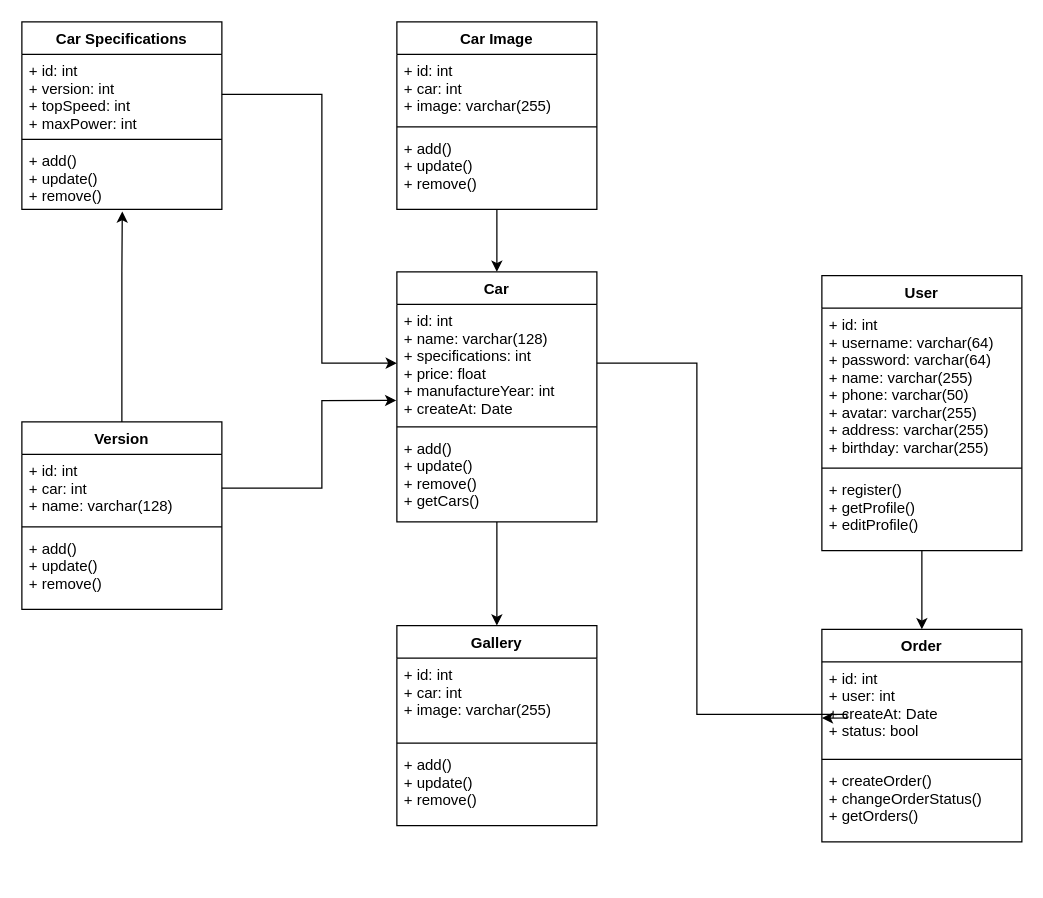
This is diagram.drawio from sweetloveinyourheart/car-automobile-shop, a draw.io file, before an edit. Source tidied: cells renumbered, new cells numbered last; positions are measured from the earlier drawing's top-left corner, leaving out a move shared by most shapes. Both pictures are drawn from the tidied source at 125%, with x=0, y=0 at pixel (21, 21).
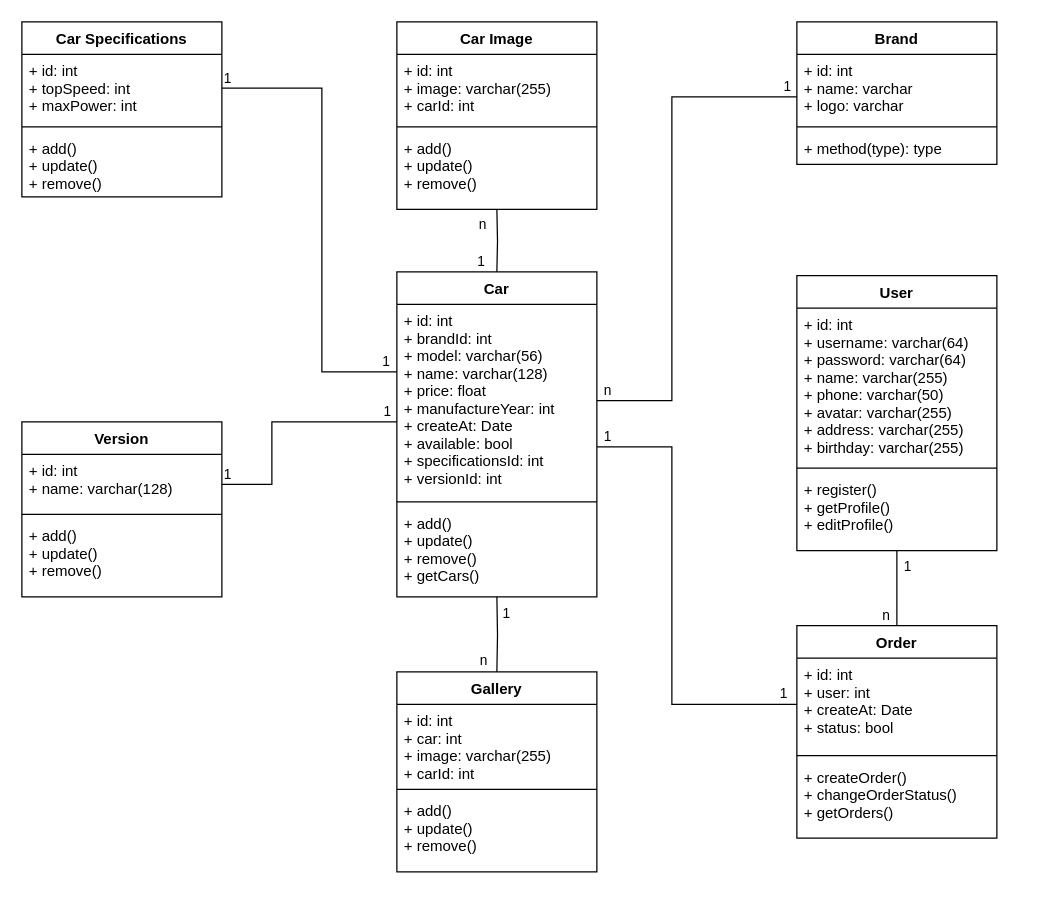
Above is the later version.

Commit message (it also covers changes not shown here):
switch transfer type GraphQL -> REST

Unchanged cells that the change refers to:
```xml
<mxCell id="12" value="Car Image" style="swimlane;fontStyle=1;align=center;verticalAlign=top;horizontal=1;startSize=26;" parent="1" vertex="1">
  <mxGeometry x="300" width="160" height="150" as="geometry" />
</mxCell>
<mxCell id="33" value="+ id: int&#10;+ user: int&#10;+ createAt: Date&#10;+ status: bool" style="text;strokeColor=none;fillColor=none;align=left;verticalAlign=top;spacingLeft=4;spacingRight=4;overflow=hidden;points=[[0,0.5],[1,0.5]];portConstraint=eastwest;" parent="32" vertex="1">
  <mxGeometry y="26" width="160" height="74" as="geometry" />
</mxCell>
```

Change to the diagram source:
```diff
@@
-    <mxCell id="2" style="edgeStyle=orthogonalEdgeStyle;rounded=0;jettySize=auto;html=1;entryX=0.5;entryY=0;entryDx=0;entryDy=0;" parent="1" edge="1" source="3" target="21">
-      <mxGeometry relative="1" as="geometry" />
-    </mxCell>
     <mxCell id="3" value="Car" style="swimlane;fontStyle=1;align=center;verticalAlign=top;horizontal=1;startSize=26;" parent="1" vertex="1">
-      <mxGeometry x="300" y="200" width="160" height="200" as="geometry" />
+      <mxGeometry x="300" y="200" width="160" height="260" as="geometry" />
     </mxCell>
-    <mxCell id="4" value="+ id: int&#10;+ name: varchar(128)&#10;+ specifications: int&#10;+ price: float&#10;+ manufactureYear: int&#10;+ createAt: Date" style="text;strokeColor=none;fillColor=none;align=left;verticalAlign=top;spacingLeft=4;spacingRight=4;overflow=hidden;points=[[0,0.5],[1,0.5]];portConstraint=eastwest;" parent="3" vertex="1">
-      <mxGeometry y="26" width="160" height="94" as="geometry" />
+    <mxCell id="4" value="+ id: int&#10;+ brandId: int&#10;+ model: varchar(56)&#10;+ name: varchar(128)&#10;+ price: float&#10;+ manufactureYear: int&#10;+ createAt: Date&#10;+ available: bool&#10;+ specificationsId: int&#10;+ versionId: int" style="text;strokeColor=none;fillColor=none;align=left;verticalAlign=top;spacingLeft=4;spacingRight=4;overflow=hidden;points=[[0,0.5],[1,0.5]];portConstraint=eastwest;" parent="3" vertex="1">
+      <mxGeometry y="26" width="160" height="154" as="geometry" />
     </mxCell>
     <mxCell id="5" style="line;strokeWidth=1;fillColor=none;align=left;verticalAlign=middle;spacingTop=-1;spacingLeft=3;spacingRight=3;labelPosition=right;" parent="3" vertex="1">
-      <mxGeometry y="120" width="160" height="8" as="geometry" />
+      <mxGeometry y="180" width="160" height="8" as="geometry" />
     </mxCell>
     <mxCell id="6" value="+ add()&#10;+ update()&#10;+ remove()&#10;+ getCars()" style="text;strokeColor=none;fillColor=none;align=left;verticalAlign=top;spacingLeft=4;spacingRight=4;overflow=hidden;" parent="3" vertex="1">
-      <mxGeometry y="128" width="160" height="72" as="geometry" />
+      <mxGeometry y="188" width="160" height="72" as="geometry" />
     </mxCell>
     <mxCell id="7" value="Car Specifications" style="swimlane;fontStyle=1;align=center;verticalAlign=top;horizontal=1;startSize=26;" parent="1" vertex="1">
-      <mxGeometry width="160" height="150" as="geometry" />
+      <mxGeometry width="160" height="140" as="geometry" />
     </mxCell>
-    <mxCell id="8" value="+ id: int&#10;+ version: int&#10;+ topSpeed: int&#10;+ maxPower: int" style="text;strokeColor=none;fillColor=none;align=left;verticalAlign=top;spacingLeft=4;spacingRight=4;overflow=hidden;points=[[0,0.5],[1,0.5]];portConstraint=eastwest;" parent="7" vertex="1">
-      <mxGeometry y="26" width="160" height="64" as="geometry" />
+    <mxCell id="8" value="+ id: int&#10;+ topSpeed: int&#10;+ maxPower: int" style="text;strokeColor=none;fillColor=none;align=left;verticalAlign=top;spacingLeft=4;spacingRight=4;overflow=hidden;points=[[0,0.5],[1,0.5]];portConstraint=eastwest;" parent="7" vertex="1">
+      <mxGeometry y="26" width="160" height="54" as="geometry" />
     </mxCell>
     <mxCell id="9" style="line;strokeWidth=1;fillColor=none;align=left;verticalAlign=middle;spacingTop=-1;spacingLeft=3;spacingRight=3;labelPosition=right;" parent="7" vertex="1">
-      <mxGeometry y="90" width="160" height="8" as="geometry" />
+      <mxGeometry y="80" width="160" height="8" as="geometry" />
     </mxCell>
     <mxCell id="10" value="+ add()&#10;+ update()&#10;+ remove()" style="text;strokeColor=none;fillColor=none;align=left;verticalAlign=top;spacingLeft=4;spacingRight=4;overflow=hidden;points=[[0,0.5],[1,0.5]];portConstraint=eastwest;" parent="7" vertex="1">
-      <mxGeometry y="98" width="160" height="52" as="geometry" />
+      <mxGeometry y="88" width="160" height="52" as="geometry" />
     </mxCell>
-    <mxCell id="11" style="edgeStyle=orthogonalEdgeStyle;rounded=0;jettySize=auto;html=1;entryX=0.5;entryY=0;entryDx=0;entryDy=0;" parent="1" edge="1" source="12" target="3">
-      <mxGeometry relative="1" as="geometry" />
-    </mxCell>
@@
-    <mxCell id="13" value="+ id: int &#10;+ car: int&#10;+ image: varchar(255)&#10;&#10;" style="text;strokeColor=none;fillColor=none;align=left;verticalAlign=top;spacingLeft=4;spacingRight=4;overflow=hidden;" parent="12" vertex="1">
+    <mxCell id="13" value="+ id: int &#10;+ image: varchar(255)&#10;+ carId: int&#10;&#10;&#10;" style="text;strokeColor=none;fillColor=none;align=left;verticalAlign=top;spacingLeft=4;spacingRight=4;overflow=hidden;" parent="12" vertex="1">
       <mxGeometry y="26" width="160" height="54" as="geometry" />
     </mxCell>
@@
-    <mxCell id="16" style="edgeStyle=orthogonalEdgeStyle;rounded=0;jettySize=auto;html=1;entryX=0.502;entryY=1.032;entryDx=0;entryDy=0;entryPerimeter=0;" parent="1" edge="1" source="17" target="10">
-      <mxGeometry relative="1" as="geometry">
-        <Array as="points">
-          <mxPoint x="80" y="200" />
-          <mxPoint x="80" y="200" />
-        </Array>
-      </mxGeometry>
-    </mxCell>
     <mxCell id="17" value="Version" style="swimlane;fontStyle=1;align=center;verticalAlign=top;horizontal=1;startSize=26;" parent="1" vertex="1">
-      <mxGeometry y="320" width="160" height="150" as="geometry" />
+      <mxGeometry y="320" width="160" height="140" as="geometry" />
     </mxCell>
-    <mxCell id="18" value="+ id: int&#10;+ car: int&#10;+ name: varchar(128)" style="text;strokeColor=none;fillColor=none;align=left;verticalAlign=top;spacingLeft=4;spacingRight=4;overflow=hidden;points=[[0,0.5],[1,0.5]];portConstraint=eastwest;" parent="17" vertex="1">
-      <mxGeometry y="26" width="160" height="54" as="geometry" />
+    <mxCell id="18" value="+ id: int&#10;+ name: varchar(128)" style="text;strokeColor=none;fillColor=none;align=left;verticalAlign=top;spacingLeft=4;spacingRight=4;overflow=hidden;points=[[0,0.5],[1,0.5]];portConstraint=eastwest;" parent="17" vertex="1">
+      <mxGeometry y="26" width="160" height="44" as="geometry" />
     </mxCell>
     <mxCell id="19" style="line;strokeWidth=1;fillColor=none;align=left;verticalAlign=middle;spacingTop=-1;spacingLeft=3;spacingRight=3;labelPosition=right;" parent="17" vertex="1">
-      <mxGeometry y="80" width="160" height="8" as="geometry" />
+      <mxGeometry y="70" width="160" height="8" as="geometry" />
     </mxCell>
     <mxCell id="20" value="+ add()&#10;+ update()&#10;+ remove()" style="text;strokeColor=none;fillColor=none;align=left;verticalAlign=top;spacingLeft=4;spacingRight=4;overflow=hidden;" parent="17" vertex="1">
-      <mxGeometry y="88" width="160" height="62" as="geometry" />
+      <mxGeometry y="78" width="160" height="62" as="geometry" />
     </mxCell>
     <mxCell id="21" value="Gallery" style="swimlane;fontStyle=1;align=center;verticalAlign=top;horizontal=1;startSize=26;" parent="1" vertex="1">
-      <mxGeometry x="300" y="483" width="160" height="160" as="geometry" />
+      <mxGeometry x="300" y="520" width="160" height="160" as="geometry" />
     </mxCell>
-    <mxCell id="22" value="+ id: int&#10;+ car: int&#10;+ image: varchar(255)" style="text;strokeColor=none;fillColor=none;align=left;verticalAlign=top;spacingLeft=4;spacingRight=4;overflow=hidden;" parent="21" vertex="1">
+    <mxCell id="22" value="+ id: int&#10;+ car: int&#10;+ image: varchar(255)&#10;+ carId: int" style="text;strokeColor=none;fillColor=none;align=left;verticalAlign=top;spacingLeft=4;spacingRight=4;overflow=hidden;" parent="21" vertex="1">
       <mxGeometry y="26" width="160" height="64" as="geometry" />
     </mxCell>
@@
-    <mxCell id="25" style="edgeStyle=orthogonalEdgeStyle;rounded=0;jettySize=auto;html=1;entryX=0;entryY=0.5;entryDx=0;entryDy=0;" parent="1" edge="1" source="8" target="4">
-      <mxGeometry relative="1" as="geometry">
-        <Array as="points">
-          <mxPoint x="240" y="58" />
-          <mxPoint x="240" y="273" />
-        </Array>
-      </mxGeometry>
-    </mxCell>
-    <mxCell id="26" style="edgeStyle=orthogonalEdgeStyle;rounded=0;jettySize=auto;html=1;entryX=-0.003;entryY=0.818;entryDx=0;entryDy=0;entryPerimeter=0;" parent="1" edge="1" source="18" target="4">
-      <mxGeometry relative="1" as="geometry">
-        <Array as="points">
-          <mxPoint x="240" y="373" />
-          <mxPoint x="240" y="303" />
-        </Array>
-      </mxGeometry>
-    </mxCell>
-    <mxCell id="27" style="edgeStyle=orthogonalEdgeStyle;rounded=0;jettySize=auto;html=1;entryX=0.5;entryY=0;entryDx=0;entryDy=0;" parent="1" edge="1" source="28" target="32">
-      <mxGeometry relative="1" as="geometry" />
-    </mxCell>
     <mxCell id="28" value="User" style="swimlane;fontStyle=1;align=center;verticalAlign=top;horizontal=1;startSize=26;" parent="1" vertex="1">
-      <mxGeometry x="640" y="203" width="160" height="220" as="geometry" />
+      <mxGeometry x="620" y="203" width="160" height="220" as="geometry" />
     </mxCell>
@@
     <mxCell id="32" value="Order" style="swimlane;fontStyle=1;align=center;verticalAlign=top;horizontal=1;startSize=26;" parent="1" vertex="1">
-      <mxGeometry x="640" y="486" width="160" height="170" as="geometry" />
+      <mxGeometry x="620" y="483" width="160" height="170" as="geometry" />
     </mxCell>
@@
-    <mxCell id="36" style="edgeStyle=orthogonalEdgeStyle;rounded=0;jettySize=auto;html=1;entryX=0;entryY=0.607;entryDx=0;entryDy=0;entryPerimeter=0;" parent="1" edge="1" source="4" target="33">
-      <mxGeometry relative="1" as="geometry">
-        <Array as="points">
-          <mxPoint x="540" y="273" />
-          <mxPoint x="540" y="554" />
-          <mxPoint x="660" y="554" />
-        </Array>
-      </mxGeometry>
-    </mxCell>
+    <mxCell id="37" style="endArrow=none;html=1;edgeStyle=orthogonalEdgeStyle;rounded=0;" parent="1" edge="1">
+      <mxGeometry relative="1" as="geometry">
+        <mxPoint x="160" y="370" as="sourcePoint" />
+        <mxPoint x="300" y="320" as="targetPoint" />
+        <Array as="points">
+          <mxPoint x="200" y="370" />
+          <mxPoint x="200" y="320" />
+          <mxPoint x="300" y="320" />
+        </Array>
+      </mxGeometry>
+    </mxCell>
+    <mxCell id="38" value="1" style="edgeLabel;html=1;align=left;verticalAlign=bottom;" parent="37" vertex="1">
+      <mxGeometry x="-1" relative="1" as="geometry" />
+    </mxCell>
+    <mxCell id="39" value="1" style="edgeLabel;html=1;align=right;verticalAlign=bottom;" parent="37" vertex="1">
+      <mxGeometry x="1" relative="1" as="geometry">
+        <mxPoint x="-4" as="offset" />
+      </mxGeometry>
+    </mxCell>
+    <mxCell id="40" style="endArrow=none;html=1;edgeStyle=orthogonalEdgeStyle;rounded=0;exitX=1;exitY=0.5;exitDx=0;exitDy=0;" parent="1" edge="1" source="8">
+      <mxGeometry relative="1" as="geometry">
+        <mxPoint x="300" y="280" as="targetPoint" />
+        <Array as="points">
+          <mxPoint x="240" y="53" />
+          <mxPoint x="240" y="280" />
+        </Array>
+      </mxGeometry>
+    </mxCell>
+    <mxCell id="41" value="1" style="edgeLabel;html=1;align=left;verticalAlign=bottom;" parent="40" vertex="1">
+      <mxGeometry x="-1" relative="1" as="geometry" />
+    </mxCell>
+    <mxCell id="42" value="1" style="edgeLabel;html=1;align=right;verticalAlign=bottom;" parent="40" vertex="1">
+      <mxGeometry x="1" relative="1" as="geometry">
+        <mxPoint x="-5" as="offset" />
+      </mxGeometry>
+    </mxCell>
+    <mxCell id="43" style="endArrow=none;html=1;edgeStyle=orthogonalEdgeStyle;rounded=0;" parent="1" edge="1" target="3">
+      <mxGeometry relative="1" as="geometry">
+        <mxPoint x="380" y="150" as="sourcePoint" />
+      </mxGeometry>
+    </mxCell>
+    <mxCell id="44" value="n" style="edgeLabel;html=1;align=left;verticalAlign=bottom;" parent="43" vertex="1">
+      <mxGeometry x="-1" relative="1" as="geometry">
+        <mxPoint x="-16" y="20" as="offset" />
+      </mxGeometry>
+    </mxCell>
+    <mxCell id="45" value="1" style="edgeLabel;html=1;align=right;verticalAlign=bottom;" parent="43" vertex="1">
+      <mxGeometry x="1" relative="1" as="geometry">
+        <mxPoint x="-9" as="offset" />
+      </mxGeometry>
+    </mxCell>
+    <mxCell id="46" value="Brand" style="swimlane;fontStyle=1;align=center;verticalAlign=top;horizontal=1;startSize=26;" parent="1" vertex="1">
+      <mxGeometry x="620" width="160" height="114" as="geometry" />
+    </mxCell>
+    <mxCell id="47" value="+ id: int&#10;+ name: varchar&#10;+ logo: varchar&#10;" style="text;strokeColor=none;fillColor=none;align=left;verticalAlign=top;spacingLeft=4;spacingRight=4;overflow=hidden;" parent="46" vertex="1">
+      <mxGeometry y="26" width="160" height="54" as="geometry" />
+    </mxCell>
+    <mxCell id="48" style="line;strokeWidth=1;fillColor=none;align=left;verticalAlign=middle;spacingTop=-1;spacingLeft=3;spacingRight=3;labelPosition=right;" parent="46" vertex="1">
+      <mxGeometry y="80" width="160" height="8" as="geometry" />
+    </mxCell>
+    <mxCell id="49" value="+ method(type): type" style="text;strokeColor=none;fillColor=none;align=left;verticalAlign=top;spacingLeft=4;spacingRight=4;overflow=hidden;" parent="46" vertex="1">
+      <mxGeometry y="88" width="160" height="26" as="geometry" />
+    </mxCell>
+    <mxCell id="50" style="endArrow=none;html=1;edgeStyle=orthogonalEdgeStyle;rounded=0;exitX=1;exitY=0.5;exitDx=0;exitDy=0;" parent="1" edge="1" source="4">
+      <mxGeometry relative="1" as="geometry">
+        <mxPoint x="620" y="60" as="targetPoint" />
+        <Array as="points">
+          <mxPoint x="520" y="303" />
+          <mxPoint x="520" y="60" />
+        </Array>
+      </mxGeometry>
+    </mxCell>
+    <mxCell id="51" value="n" style="edgeLabel;html=1;align=left;verticalAlign=bottom;" parent="50" vertex="1">
+      <mxGeometry x="-1" relative="1" as="geometry">
+        <mxPoint x="4" as="offset" />
+      </mxGeometry>
+    </mxCell>
+    <mxCell id="52" value="1" style="edgeLabel;html=1;align=right;verticalAlign=bottom;" parent="50" vertex="1">
+      <mxGeometry x="1" relative="1" as="geometry">
+        <mxPoint x="-4" as="offset" />
+      </mxGeometry>
+    </mxCell>
+    <mxCell id="53" style="endArrow=none;html=1;edgeStyle=orthogonalEdgeStyle;rounded=0;entryX=0.5;entryY=0;entryDx=0;entryDy=0;" parent="1" edge="1" target="21">
+      <mxGeometry relative="1" as="geometry">
+        <mxPoint x="380" y="460" as="sourcePoint" />
+      </mxGeometry>
+    </mxCell>
+    <mxCell id="54" value="1" style="edgeLabel;html=1;align=left;verticalAlign=bottom;" parent="53" vertex="1">
+      <mxGeometry x="-1" relative="1" as="geometry">
+        <mxPoint x="3" y="21" as="offset" />
+      </mxGeometry>
+    </mxCell>
+    <mxCell id="55" value="n" style="edgeLabel;html=1;align=right;verticalAlign=bottom;" parent="53" vertex="1">
+      <mxGeometry x="1" relative="1" as="geometry">
+        <mxPoint x="-7" y="-1" as="offset" />
+      </mxGeometry>
+    </mxCell>
+    <mxCell id="27" style="endArrow=none;html=1;edgeStyle=orthogonalEdgeStyle;rounded=0;exitX=0.5;exitY=1;exitDx=0;exitDy=0;entryX=0.5;entryY=0;entryDx=0;entryDy=0;" parent="1" edge="1" source="28" target="32">
+      <mxGeometry relative="1" as="geometry" />
+    </mxCell>
+    <mxCell id="56" value="1" style="edgeLabel;html=1;align=left;verticalAlign=bottom;" parent="27" vertex="1">
+      <mxGeometry x="-1" relative="1" as="geometry">
+        <mxPoint x="4" y="21" as="offset" />
+      </mxGeometry>
+    </mxCell>
+    <mxCell id="57" value="n" style="edgeLabel;html=1;align=right;verticalAlign=bottom;" parent="27" vertex="1">
+      <mxGeometry x="1" relative="1" as="geometry">
+        <mxPoint x="-5" as="offset" />
+      </mxGeometry>
+    </mxCell>
+    <mxCell id="58" style="endArrow=none;html=1;edgeStyle=orthogonalEdgeStyle;rounded=0;entryX=0;entryY=0.5;entryDx=0;entryDy=0;" parent="1" edge="1" target="33">
+      <mxGeometry relative="1" as="geometry">
+        <mxPoint x="460" y="340" as="sourcePoint" />
+        <Array as="points">
+          <mxPoint x="520" y="340" />
+          <mxPoint x="520" y="546" />
+        </Array>
+      </mxGeometry>
+    </mxCell>
+    <mxCell id="59" value="1" style="edgeLabel;html=1;align=left;verticalAlign=bottom;" parent="58" vertex="1">
+      <mxGeometry x="-1" relative="1" as="geometry">
+        <mxPoint x="4" as="offset" />
+      </mxGeometry>
+    </mxCell>
+    <mxCell id="60" value="1" style="edgeLabel;html=1;align=right;verticalAlign=bottom;" parent="58" vertex="1">
+      <mxGeometry x="1" relative="1" as="geometry">
+        <mxPoint x="-7" y="-1" as="offset" />
+      </mxGeometry>
+    </mxCell>
```
